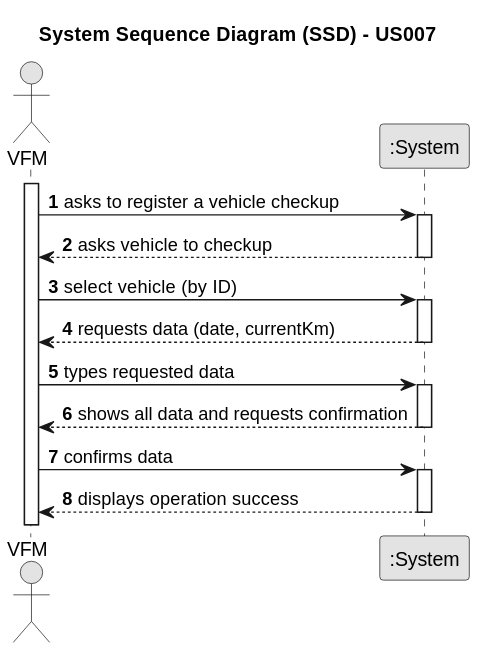
Earlier version of the PlantUML export docs/sprintB/us007/01.requirements-engineering/svg/us007-system-sequence-diagram-alternative-one.svg (ricardomm7/leaflink).
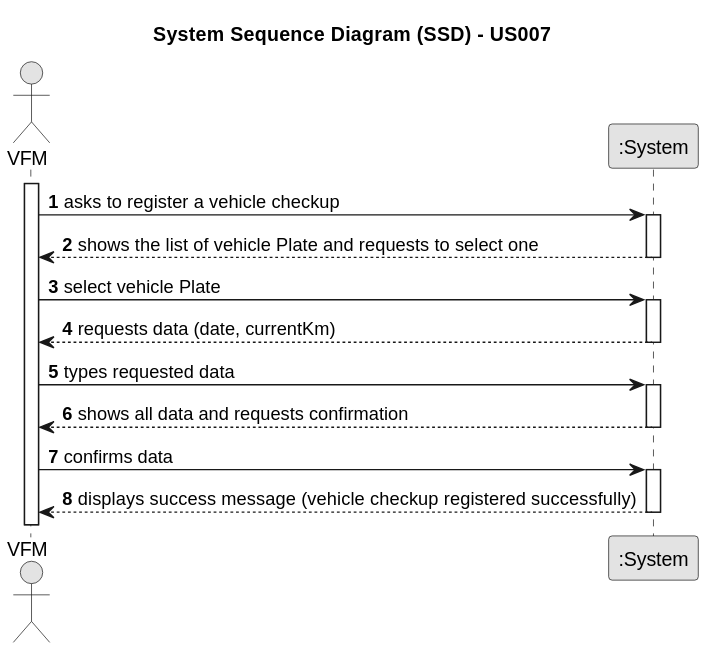
Above is the later version.

What changed in the source:
```diff
@@ -15,9 +15,9 @@
     VFM -> System : asks to register a vehicle checkup
         activate System
 
-    System --> VFM : asks vehicle to checkup
+    System --> VFM : shows the list of vehicle Plate and requests to select one
         deactivate System
-    VFM -> System : select  vehicle (by ID)
+    VFM -> System : select vehicle Plate
     activate System
 
     System --> VFM : requests data (date, currentKm)
@@ -32,6 +32,6 @@
     VFM -> System : confirms data
     activate System
 
-        System --> VFM : displays operation success
+        System --> VFM : displays success message (vehicle checkup registered successfully)
     deactivate System
 @enduml
```
